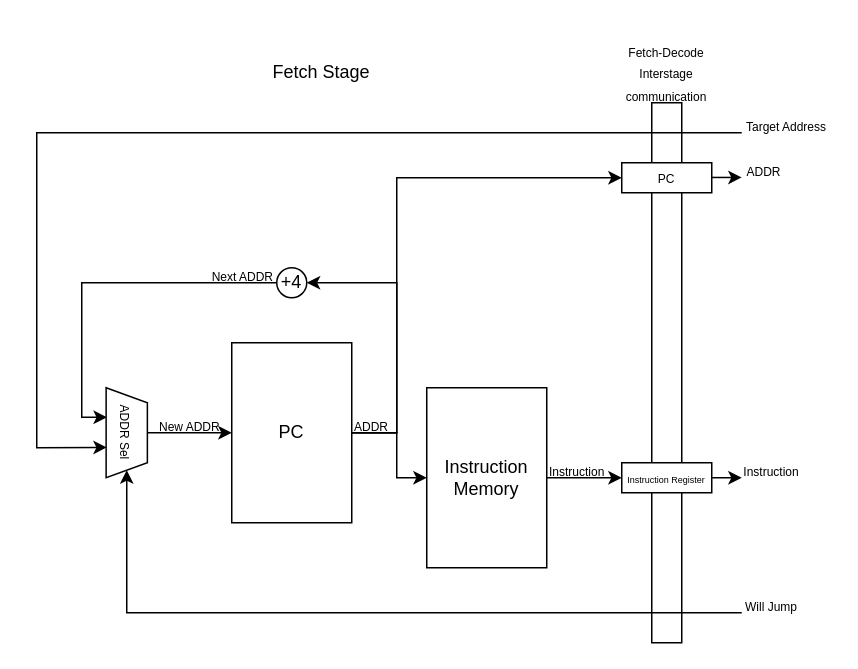
Above: page "Fetch stage" (2 of 6) of docs/imgs/microarchitecture/multi-cycle_datapath.drawio in WachirawichN/C0-CPU (draw.io), before the change. Source tidied: cells renumbered, new cells numbered last; positions are measured from the earlier drawing's top-left corner, leaving out a move shared by most shapes. Both pictures are drawn from the tidied source at 150%, with x=0, y=0 at pixel (36, 42).
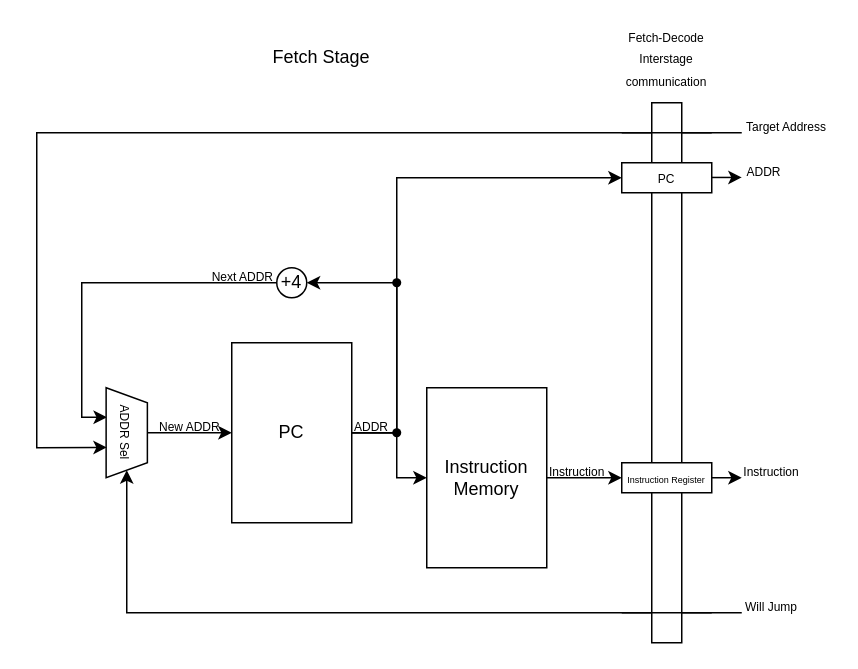
The same page after the edit.

Unchanged cells that the change refers to:
```xml
<mxCell id="3" value="&lt;font style=&quot;font-size: 8px;&quot;&gt;Target Address&lt;/font&gt;" style="text;html=1;whiteSpace=wrap;strokeColor=none;fillColor=none;align=center;verticalAlign=middle;rounded=0;" parent="1" vertex="1">
  <mxGeometry x="470" y="50" width="60" height="10" as="geometry" />
</mxCell>
<mxCell id="12" value="&lt;font style=&quot;font-size: 8px;&quot;&gt;ADDR Sel&lt;/font&gt;" style="shape=trapezoid;perimeter=trapezoidPerimeter;whiteSpace=wrap;html=1;fixedSize=1;rotation=90;size=10;fillColor=light-dark(#FFFFFF,#000000);" parent="1" vertex="1">
  <mxGeometry x="30" y="246.2" width="60" height="27.5" as="geometry" />
</mxCell>
```

What changed in the source:
```diff
@@
-    <mxCell id="21" style="group;" parent="1" vertex="1">
-      <mxGeometry x="390" width="70" height="400" as="geometry" />
-    </mxCell>
+    <mxCell id="26" style="endArrow=classic;html=1;rounded=0;exitX=0;exitY=1;exitDx=0;exitDy=0;entryX=0.664;entryY=0.983;entryDx=0;entryDy=0;entryPerimeter=0;" parent="1" edge="1" source="3" target="12">
+      <mxGeometry relative="1" as="geometry">
+        <Array as="points">
+          <mxPoint y="60" />
+          <mxPoint y="270" />
+        </Array>
+      </mxGeometry>
+    </mxCell>
+    <mxCell id="27" value="&lt;font style=&quot;font-size: 8px;&quot;&gt;Will Jump&lt;/font&gt;" style="text;html=1;whiteSpace=wrap;strokeColor=none;fillColor=none;align=center;verticalAlign=middle;rounded=0;" parent="1" vertex="1">
+      <mxGeometry x="470" y="370" width="40" height="10" as="geometry" />
+    </mxCell>
+    <mxCell id="28" style="endArrow=classic;html=1;rounded=0;entryX=1;entryY=0.5;entryDx=0;entryDy=0;exitX=0;exitY=1;exitDx=0;exitDy=0;" parent="1" edge="1" source="27" target="12">
+      <mxGeometry relative="1" as="geometry">
+        <Array as="points">
+          <mxPoint x="60" y="380" />
+        </Array>
+      </mxGeometry>
+    </mxCell>
+    <mxCell id="29" value="&lt;font&gt;Fetch Stage&lt;/font&gt;" style="text;html=1;whiteSpace=wrap;strokeColor=none;fillColor=none;align=center;verticalAlign=middle;rounded=0;" parent="1" vertex="1">
+      <mxGeometry y="-10" width="380" height="40" as="geometry" />
+    </mxCell>
+    <mxCell id="30" style="group;" parent="1" vertex="1">
+      <mxGeometry x="380" y="-10" width="80" height="410" as="geometry" />
+    </mxCell>
-    <mxCell id="22" style="rounded=0;whiteSpace=wrap;html=1;strokeColor=light-dark(#000000,#FFFFFF);fillColor=light-dark(#FFFFFF,#000000);" parent="21" vertex="1">
-      <mxGeometry x="20" y="40" width="20" height="360" as="geometry" />
+    <mxCell id="22" style="rounded=0;whiteSpace=wrap;html=1;strokeColor=light-dark(#000000,#FFFFFF);fillColor=light-dark(#FFFFFF,#000000);" parent="30" vertex="1">
+      <mxGeometry x="30" y="50" width="20" height="360" as="geometry" />
     </mxCell>
-    <mxCell id="23" value="&lt;font style=&quot;font-size: 8px;&quot;&gt;Fetch-Decode Interstage communication&lt;/font&gt;" style="text;html=1;whiteSpace=wrap;strokeColor=none;fillColor=none;align=center;verticalAlign=middle;rounded=0;" parent="21" vertex="1">
-      <mxGeometry x="-10" width="80" height="40" as="geometry" />
+    <mxCell id="23" value="&lt;font style=&quot;font-size: 8px;&quot;&gt;Fetch-Decode Interstage communication&lt;/font&gt;" style="text;html=1;whiteSpace=wrap;strokeColor=none;fillColor=none;align=center;verticalAlign=middle;rounded=0;" parent="30" vertex="1">
+      <mxGeometry width="80" height="40" as="geometry" />
     </mxCell>
-    <mxCell id="24" value="&lt;div&gt;&lt;font style=&quot;font-size: 6px;&quot;&gt;Instruction Register&lt;/font&gt;&lt;/div&gt;" style="rounded=0;whiteSpace=wrap;html=1;strokeColor=light-dark(#000000,#FFFFFF);fillColor=light-dark(#FFFFFF,#000000);" parent="21" vertex="1">
-      <mxGeometry y="280" width="60" height="20" as="geometry" />
+    <mxCell id="24" value="&lt;div&gt;&lt;font style=&quot;font-size: 6px;&quot;&gt;Instruction Register&lt;/font&gt;&lt;/div&gt;" style="rounded=0;whiteSpace=wrap;html=1;strokeColor=light-dark(#000000,#FFFFFF);fillColor=light-dark(#FFFFFF,#000000);" parent="30" vertex="1">
+      <mxGeometry x="10" y="290" width="60" height="20" as="geometry" />
     </mxCell>
-    <mxCell id="25" value="&lt;font style=&quot;font-size: 8px;&quot;&gt;PC&lt;/font&gt;" style="rounded=0;whiteSpace=wrap;html=1;strokeColor=light-dark(#000000,#FFFFFF);fillColor=light-dark(#FFFFFF,#000000);" parent="21" vertex="1">
-      <mxGeometry y="80" width="60" height="20" as="geometry" />
+    <mxCell id="25" value="&lt;font style=&quot;font-size: 8px;&quot;&gt;PC&lt;/font&gt;" style="rounded=0;whiteSpace=wrap;html=1;strokeColor=light-dark(#000000,#FFFFFF);fillColor=light-dark(#FFFFFF,#000000);" parent="30" vertex="1">
+      <mxGeometry x="10" y="90" width="60" height="20" as="geometry" />
     </mxCell>
-    <mxCell id="26" style="endArrow=classic;html=1;rounded=0;exitX=0;exitY=1;exitDx=0;exitDy=0;entryX=0.664;entryY=0.983;entryDx=0;entryDy=0;entryPerimeter=0;" parent="1" edge="1" source="3" target="12">
-      <mxGeometry relative="1" as="geometry">
-        <Array as="points">
-          <mxPoint y="60" />
-          <mxPoint y="270" />
-        </Array>
-      </mxGeometry>
-    </mxCell>
-    <mxCell id="27" value="&lt;font style=&quot;font-size: 8px;&quot;&gt;Will Jump&lt;/font&gt;" style="text;html=1;whiteSpace=wrap;strokeColor=none;fillColor=none;align=center;verticalAlign=middle;rounded=0;" parent="1" vertex="1">
-      <mxGeometry x="470" y="370" width="40" height="10" as="geometry" />
-    </mxCell>
-    <mxCell id="28" style="endArrow=classic;html=1;rounded=0;entryX=1;entryY=0.5;entryDx=0;entryDy=0;exitX=0;exitY=1;exitDx=0;exitDy=0;" parent="1" edge="1" source="27" target="12">
-      <mxGeometry relative="1" as="geometry">
-        <Array as="points">
-          <mxPoint x="60" y="380" />
-        </Array>
-      </mxGeometry>
-    </mxCell>
-    <mxCell id="29" value="&lt;font&gt;Fetch Stage&lt;/font&gt;" style="text;html=1;whiteSpace=wrap;strokeColor=none;fillColor=none;align=center;verticalAlign=middle;rounded=0;" parent="1" vertex="1">
-      <mxGeometry width="380" height="40" as="geometry" />
-    </mxCell>
+    <mxCell id="31" style="endArrow=none;html=1;rounded=0;" parent="30" edge="1">
+      <mxGeometry relative="1" as="geometry">
+        <mxPoint x="10" y="390" as="sourcePoint" />
+        <mxPoint x="70" y="390" as="targetPoint" />
+      </mxGeometry>
+    </mxCell>
+    <mxCell id="32" style="endArrow=none;html=1;rounded=0;" parent="30" edge="1">
+      <mxGeometry relative="1" as="geometry">
+        <mxPoint x="10" y="70" as="sourcePoint" />
+        <mxPoint x="70" y="70" as="targetPoint" />
+      </mxGeometry>
+    </mxCell>
+    <mxCell id="33" style="shape=waypoint;sketch=0;fillStyle=solid;size=6;fillColor=none;perimeter=centerPerimeter;" parent="1" vertex="1">
+      <mxGeometry x="230" y="250" width="20" height="20" as="geometry" />
+    </mxCell>
+    <mxCell id="34" style="shape=waypoint;sketch=0;fillStyle=solid;size=6;fillColor=none;perimeter=centerPerimeter;" parent="1" vertex="1">
+      <mxGeometry x="230" y="150" width="20" height="20" as="geometry" />
+    </mxCell>
```
